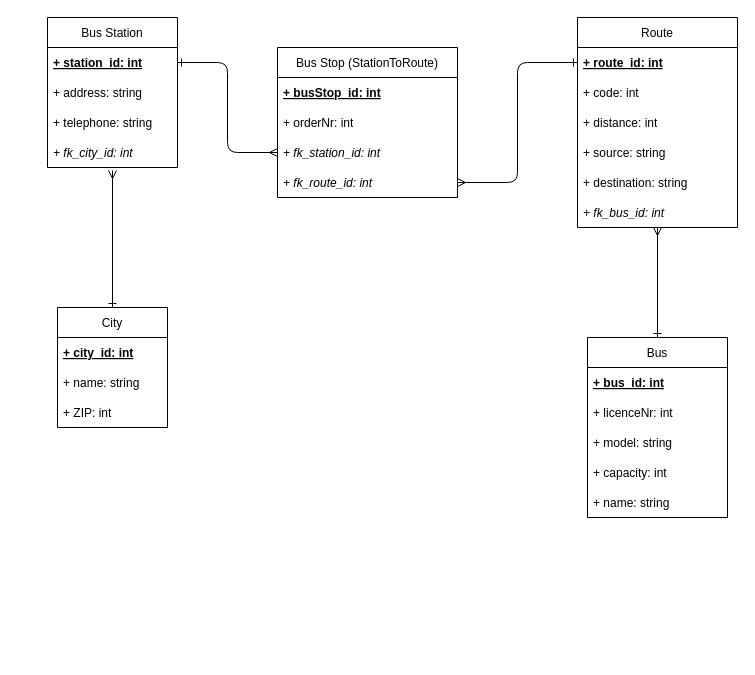
The draw.io diagram page "UML" (3 of 3) of Philipp/04_transportcompany.drawio in mastapetz/BE16-DBDev-DAY1-Peter-Philipp, before the edit. Source tidied: cells renumbered, new cells numbered last; positions are measured from the earlier drawing's top-left corner, leaving out a move shared by most shapes. Both pictures are drawn from the tidied source at 100%, with x=0, y=0 at pixel (47, 17).
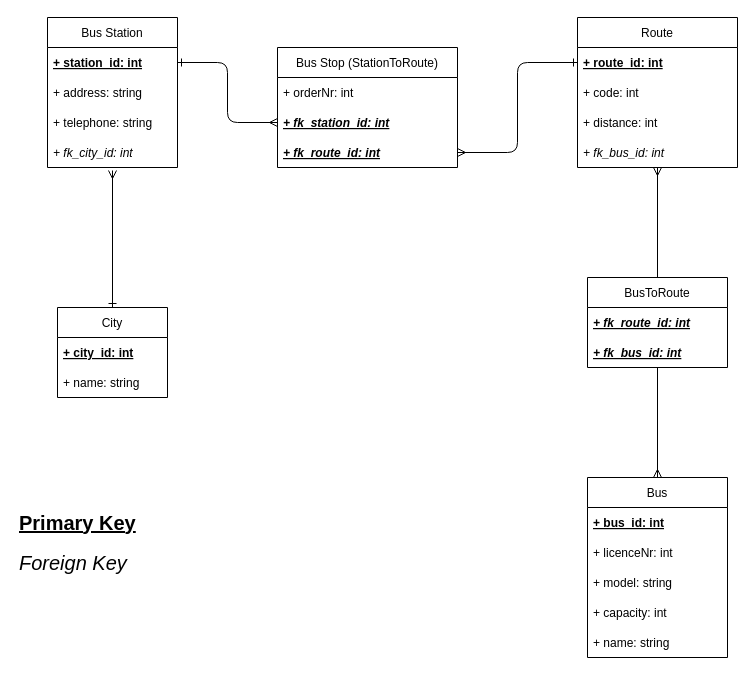
Above is the later version.

What changed in the source:
```diff
@@
-    <mxCell id="2" style="html=1;endArrow=ERmany;endFill=0;startArrow=ERone;startFill=0;" parent="1" edge="1" source="3" target="14">
-      <mxGeometry relative="1" as="geometry" />
-    </mxCell>
     <mxCell id="3" value="Bus" style="swimlane;fontStyle=0;horizontal=1;startSize=30;" parent="1" vertex="1">
-      <mxGeometry x="540" y="320" width="140" height="180" as="geometry" />
+      <mxGeometry x="540" y="460" width="140" height="180" as="geometry" />
     </mxCell>
@@
     <mxCell id="10" value="City" style="swimlane;fontStyle=0;horizontal=1;startSize=30;" parent="1" vertex="1">
-      <mxGeometry x="10" y="290" width="110" height="120" as="geometry" />
+      <mxGeometry x="10" y="290" width="110" height="90" as="geometry" />
     </mxCell>
@@
-    <mxCell id="13" value="+ ZIP: int" style="text;strokeColor=none;fillColor=none;align=left;verticalAlign=middle;spacingLeft=4;spacingRight=4;overflow=hidden;" parent="10" vertex="1">
-      <mxGeometry y="90" width="110" height="30" as="geometry" />
-    </mxCell>
     <mxCell id="14" value="Route" style="swimlane;fontStyle=0;horizontal=1;startSize=30;" parent="1" vertex="1">
-      <mxGeometry x="530" width="160" height="210" as="geometry" />
+      <mxGeometry x="530" width="160" height="150" as="geometry" />
     </mxCell>
@@
-    <mxCell id="18" value="+ source: string" style="text;strokeColor=none;fillColor=none;align=left;verticalAlign=middle;spacingLeft=4;spacingRight=4;overflow=hidden;" parent="14" vertex="1">
-      <mxGeometry y="120" width="160" height="30" as="geometry" />
-    </mxCell>
-    <mxCell id="19" value="+ destination: string" style="text;strokeColor=none;fillColor=none;align=left;verticalAlign=middle;spacingLeft=4;spacingRight=4;overflow=hidden;" parent="14" vertex="1">
-      <mxGeometry y="150" width="160" height="30" as="geometry" />
-    </mxCell>
     <mxCell id="20" value="+ fk_bus_id: int" style="text;strokeColor=none;fillColor=none;align=left;verticalAlign=middle;spacingLeft=4;spacingRight=4;overflow=hidden;points=[[0,0.5],[1,0.5]];portConstraint=eastwest;fontStyle=2;" parent="14" vertex="1">
-      <mxGeometry y="180" width="160" height="30" as="geometry" />
+      <mxGeometry y="120" width="160" height="30" as="geometry" />
     </mxCell>
@@
     <mxCell id="28" value="Bus Stop (StationToRoute)" style="swimlane;fontStyle=0;horizontal=1;startSize=30;" parent="1" vertex="1">
-      <mxGeometry x="230" y="30" width="180" height="150" as="geometry" />
+      <mxGeometry x="230" y="30" width="180" height="120" as="geometry" />
     </mxCell>
-    <mxCell id="29" value="+ busStop_id: int" style="text;strokeColor=none;fillColor=none;align=left;verticalAlign=middle;spacingLeft=4;spacingRight=4;overflow=hidden;fontStyle=5;" parent="28" vertex="1">
-      <mxGeometry y="30" width="180" height="30" as="geometry" />
-    </mxCell>
     <mxCell id="30" value="+ orderNr: int" style="text;strokeColor=none;fillColor=none;align=left;verticalAlign=middle;spacingLeft=4;spacingRight=4;overflow=hidden;" parent="28" vertex="1">
-      <mxGeometry y="60" width="180" height="30" as="geometry" />
+      <mxGeometry y="30" width="180" height="30" as="geometry" />
     </mxCell>
-    <mxCell id="31" value="+ fk_station_id: int" style="text;strokeColor=none;fillColor=none;align=left;verticalAlign=middle;spacingLeft=4;spacingRight=4;overflow=hidden;points=[[0,0.5],[1,0.5]];portConstraint=eastwest;fontStyle=2;" parent="28" vertex="1">
-      <mxGeometry y="90" width="180" height="30" as="geometry" />
+    <mxCell id="31" value="+ fk_station_id: int" style="text;strokeColor=none;fillColor=none;align=left;verticalAlign=middle;spacingLeft=4;spacingRight=4;overflow=hidden;points=[[0,0.5],[1,0.5]];portConstraint=eastwest;fontStyle=7;" parent="28" vertex="1">
+      <mxGeometry y="60" width="180" height="30" as="geometry" />
     </mxCell>
-    <mxCell id="32" value="+ fk_route_id: int" style="text;strokeColor=none;fillColor=none;align=left;verticalAlign=middle;spacingLeft=4;spacingRight=4;overflow=hidden;points=[[0,0.5],[1,0.5]];portConstraint=eastwest;fontStyle=2;" parent="28" vertex="1">
-      <mxGeometry y="120" width="180" height="30" as="geometry" />
+    <mxCell id="32" value="+ fk_route_id: int" style="text;strokeColor=none;fillColor=none;align=left;verticalAlign=middle;spacingLeft=4;spacingRight=4;overflow=hidden;points=[[0,0.5],[1,0.5]];portConstraint=eastwest;fontStyle=7;" parent="28" vertex="1">
+      <mxGeometry y="90" width="180" height="30" as="geometry" />
     </mxCell>
+    <mxCell id="33" style="edgeStyle=none;html=1;endArrow=ERmany;endFill=0;" parent="1" edge="1" source="35" target="20">
+      <mxGeometry relative="1" as="geometry" />
+    </mxCell>
+    <mxCell id="34" style="edgeStyle=none;html=1;endArrow=ERmany;endFill=0;" parent="1" edge="1" source="35" target="3">
+      <mxGeometry relative="1" as="geometry" />
+    </mxCell>
+    <mxCell id="35" value="BusToRoute" style="swimlane;fontStyle=0;horizontal=1;startSize=30;" parent="1" vertex="1">
+      <mxGeometry x="540" y="260" width="140" height="90" as="geometry" />
+    </mxCell>
+    <mxCell id="36" value="+ fk_route_id: int" style="text;strokeColor=none;fillColor=none;align=left;verticalAlign=middle;spacingLeft=4;spacingRight=4;overflow=hidden;fontStyle=7;" parent="35" vertex="1">
+      <mxGeometry y="30" width="140" height="30" as="geometry" />
+    </mxCell>
+    <mxCell id="37" value="+ fk_bus_id: int" style="text;strokeColor=none;fillColor=none;align=left;verticalAlign=middle;spacingLeft=4;spacingRight=4;overflow=hidden;fontStyle=7;" parent="35" vertex="1">
+      <mxGeometry y="60" width="140" height="30" as="geometry" />
+    </mxCell>
+    <mxCell id="38" value="Primary Key" style="text;html=1;strokeColor=none;fillColor=none;align=left;verticalAlign=middle;whiteSpace=wrap;rounded=0;fontSize=20;fontStyle=5;" parent="1" vertex="1">
+      <mxGeometry x="-30" y="490" width="140" height="30" as="geometry" />
+    </mxCell>
+    <mxCell id="39" value="&lt;i&gt;Foreign Key&lt;/i&gt;" style="text;html=1;strokeColor=none;fillColor=none;align=left;verticalAlign=middle;whiteSpace=wrap;rounded=0;fontSize=20;" parent="1" vertex="1">
+      <mxGeometry x="-30" y="530" width="140" height="30" as="geometry" />
+    </mxCell>
```
